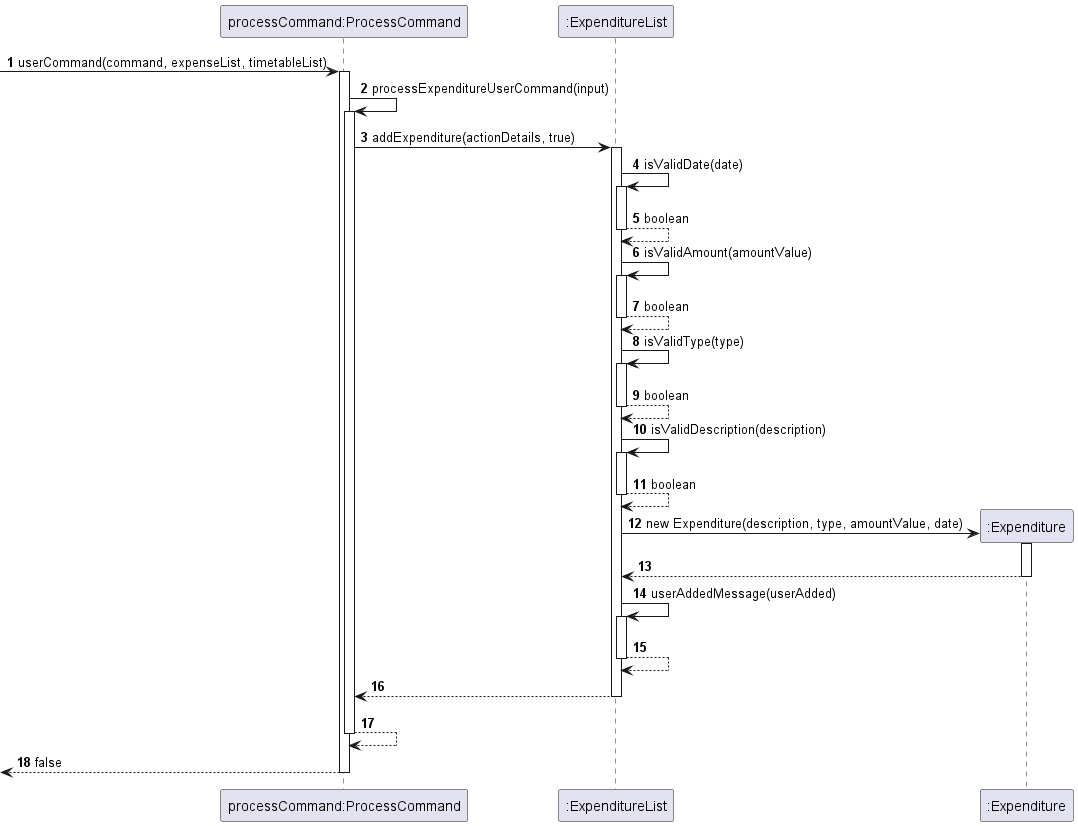
nyh3/tp keeps this PlantUML diagram as docs/images/AddExpenditure.png. Above is the earlier version. Its diagram source:
```plantuml
@startuml

autonumber
participant "processCommand:ProcessCommand" as processCommand
participant ":ExpenditureList" as expenditureList
participant ":Expenditure" as expenditure

[-> processCommand: userCommand(command, expenseList, timetableList)
activate processCommand

processCommand -> processCommand: processExpenditureUserCommand(input)
activate processCommand

processCommand -> expenditureList: addExpenditure(actionDetails, true)
activate expenditureList

expenditureList -> expenditureList: isValidDate(date)
activate expenditureList

expenditureList --> expenditureList: boolean
deactivate expenditureList

expenditureList -> expenditureList: isValidAmount(amountValue)
activate expenditureList

expenditureList --> expenditureList: boolean
deactivate expenditureList

expenditureList -> expenditureList: isValidType(type)
activate expenditureList

expenditureList --> expenditureList: boolean
deactivate expenditureList

expenditureList -> expenditureList: isValidDescription(description)
activate expenditureList

expenditureList --> expenditureList: boolean
deactivate expenditureList

create expenditure
expenditureList -> expenditure: new Expenditure(description, type, amountValue, date)
activate expenditure

expenditure --> expenditureList:
deactivate expenditure

expenditureList -> expenditureList: userAddedMessage(userAdded)
activate expenditureList

expenditureList --> expenditureList:
deactivate expenditureList

expenditureList --> processCommand:
deactivate expenditureList

processCommand --> processCommand:
deactivate processCommand

[<-- processCommand: false
deactivate processCommand



@enduml
```
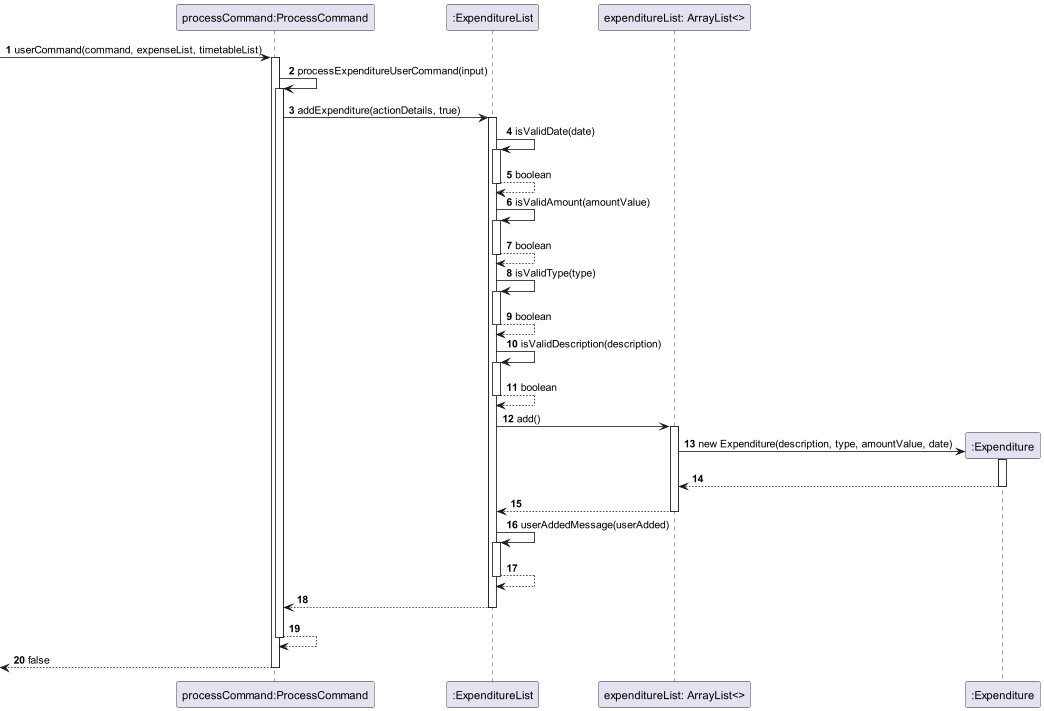
Later version of the same file.

Commit message:
Add delete expenditure sequence diagram

What changed in the source:
```diff
@@ -3,6 +3,7 @@
 autonumber
 participant "processCommand:ProcessCommand" as processCommand
 participant ":ExpenditureList" as expenditureList
+participant "expenditureList: ArrayList<>" as arrayList
 participant ":Expenditure" as expenditure
 
 [-> processCommand: userCommand(command, expenseList, timetableList)
@@ -38,12 +39,18 @@
 expenditureList --> expenditureList: boolean
 deactivate expenditureList
 
+expenditureList -> arrayList: add()
+activate arrayList
+
 create expenditure
-expenditureList -> expenditure: new Expenditure(description, type, amountValue, date)
+arrayList -> expenditure: new Expenditure(description, type, amountValue, date)
 activate expenditure
 
-expenditure --> expenditureList:
+arrayList <-- expenditure:
 deactivate expenditure
+
+arrayList --> expenditureList:
+deactivate arrayList
 
 expenditureList -> expenditureList: userAddedMessage(userAdded)
 activate expenditureList
@@ -60,6 +67,4 @@
 [<-- processCommand: false
 deactivate processCommand
 
-
-
 @enduml
```
